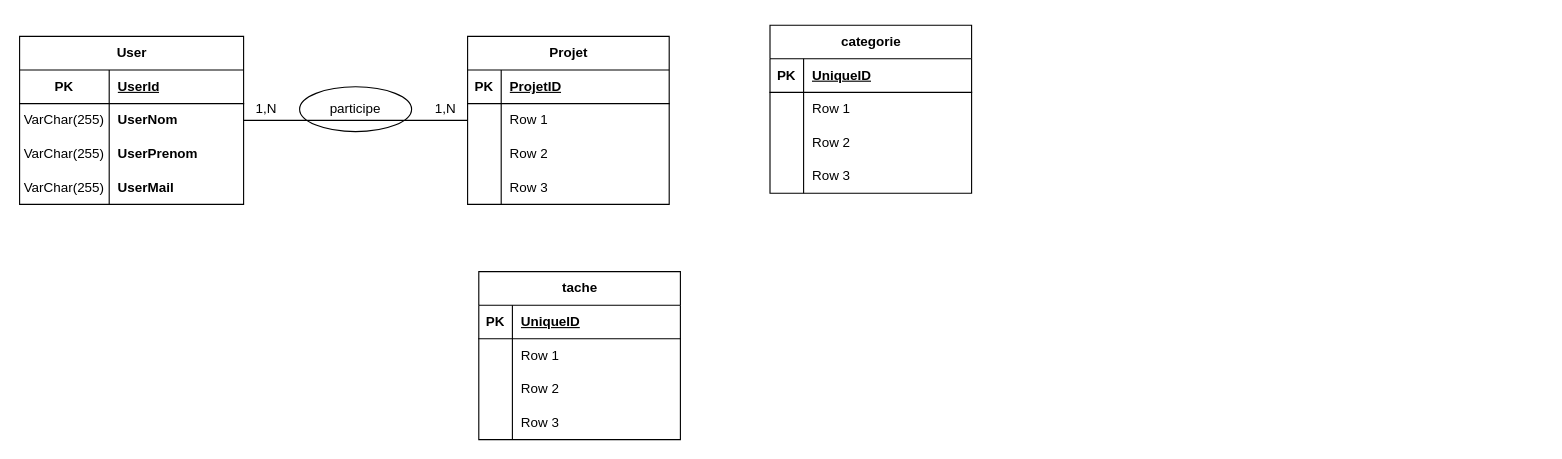
Earlier version of the draw.io diagram page "MCD" (1 of 2) of projets_fin_annee/site/UAA12/UAA12-25.drawio (Solune-Petit/2024-2025). Source tidied: cells renumbered, new cells numbered last; positions are measured from the earlier drawing's top-left corner, leaving out a move shared by most shapes. Both pictures are drawn from the tidied source at 112%, with x=0, y=0 at pixel (19, 25).
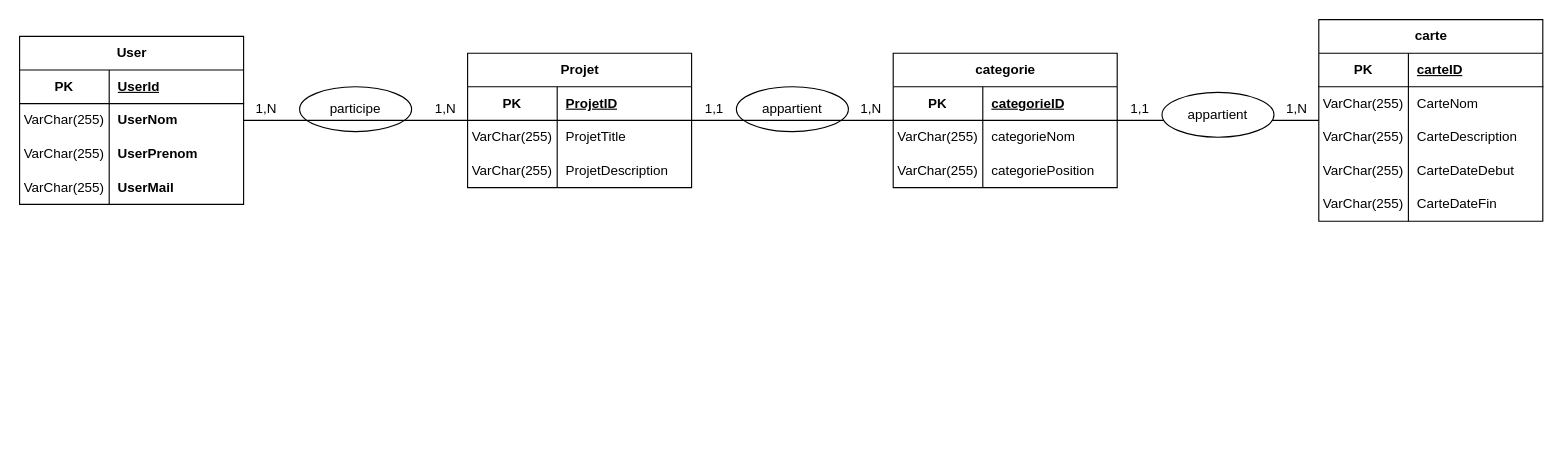
The same page after the edit.

Commit message:
Mettre à jour UAA12-25.drawio

Change to the diagram source:
```diff
@@
     <mxCell id="15" value="Projet" style="shape=table;startSize=30;childLayout=tableLayout;rowLines=0;fontStyle=1;align=center;html=1;" parent="1" vertex="1">
-      <mxGeometry x="400" y="10" width="180" height="150" as="geometry" />
+      <mxGeometry x="400" y="25" width="200" height="120" as="geometry" />
     </mxCell>
     <mxCell id="16" style="shape=tableRow;horizontal=0;startSize=0;swimlaneHead=0;swimlaneBody=0;fillColor=none;top=0;left=0;right=0;bottom=1;" parent="15" vertex="1">
-      <mxGeometry y="30" width="180" height="30" as="geometry" />
+      <mxGeometry y="30" width="200" height="30" as="geometry" />
     </mxCell>
     <mxCell id="17" value="PK" style="shape=partialRectangle;fillColor=none;top=0;left=0;bottom=0;right=0;fontStyle=1;overflow=hidden;whiteSpace=wrap;html=1;" parent="16" vertex="1">
-      <mxGeometry width="30" height="30" as="geometry" />
+      <mxGeometry width="80" height="30" as="geometry" />
     </mxCell>
     <mxCell id="18" value="&lt;span style=&quot;text-align: center; text-wrap-mode: nowrap;&quot;&gt;ProjetID&lt;/span&gt;" style="shape=partialRectangle;fillColor=none;top=0;left=0;bottom=0;right=0;align=left;spacingLeft=6;fontStyle=5;overflow=hidden;whiteSpace=wrap;html=1;" parent="16" vertex="1">
-      <mxGeometry x="30" width="150" height="30" as="geometry" />
+      <mxGeometry x="80" width="120" height="30" as="geometry" />
     </mxCell>
     <mxCell id="19" style="shape=tableRow;horizontal=0;startSize=0;swimlaneHead=0;swimlaneBody=0;fillColor=none;top=0;left=0;right=0;bottom=0;" parent="15" vertex="1">
-      <mxGeometry y="60" width="180" height="30" as="geometry" />
+      <mxGeometry y="60" width="200" height="30" as="geometry" />
     </mxCell>
-    <mxCell id="20" style="shape=partialRectangle;fillColor=none;top=0;left=0;bottom=0;right=0;overflow=hidden;whiteSpace=wrap;html=1;" parent="19" vertex="1">
-      <mxGeometry width="30" height="30" as="geometry" />
+    <mxCell id="20" value="VarChar(255)" style="shape=partialRectangle;fillColor=none;top=0;left=0;bottom=0;right=0;overflow=hidden;whiteSpace=wrap;html=1;" parent="19" vertex="1">
+      <mxGeometry width="80" height="30" as="geometry" />
     </mxCell>
-    <mxCell id="21" value="Row 1" style="shape=partialRectangle;fillColor=none;top=0;left=0;bottom=0;right=0;align=left;spacingLeft=6;overflow=hidden;whiteSpace=wrap;html=1;" parent="19" vertex="1">
-      <mxGeometry x="30" width="150" height="30" as="geometry" />
+    <mxCell id="21" value="ProjetTitle" style="shape=partialRectangle;fillColor=none;top=0;left=0;bottom=0;right=0;align=left;spacingLeft=6;overflow=hidden;whiteSpace=wrap;html=1;" parent="19" vertex="1">
+      <mxGeometry x="80" width="120" height="30" as="geometry" />
     </mxCell>
     <mxCell id="22" style="shape=tableRow;horizontal=0;startSize=0;swimlaneHead=0;swimlaneBody=0;fillColor=none;top=0;left=0;right=0;bottom=0;" parent="15" vertex="1">
-      <mxGeometry y="90" width="180" height="30" as="geometry" />
+      <mxGeometry y="90" width="200" height="30" as="geometry" />
     </mxCell>
-    <mxCell id="23" style="shape=partialRectangle;fillColor=none;top=0;left=0;bottom=0;right=0;overflow=hidden;whiteSpace=wrap;html=1;" parent="22" vertex="1">
-      <mxGeometry width="30" height="30" as="geometry" />
+    <mxCell id="23" value="VarChar(255)" style="shape=partialRectangle;fillColor=none;top=0;left=0;bottom=0;right=0;overflow=hidden;whiteSpace=wrap;html=1;" parent="22" vertex="1">
+      <mxGeometry width="80" height="30" as="geometry" />
     </mxCell>
-    <mxCell id="24" value="Row 2" style="shape=partialRectangle;fillColor=none;top=0;left=0;bottom=0;right=0;align=left;spacingLeft=6;overflow=hidden;whiteSpace=wrap;html=1;" parent="22" vertex="1">
-      <mxGeometry x="30" width="150" height="30" as="geometry" />
+    <mxCell id="24" value="ProjetDescription" style="shape=partialRectangle;fillColor=none;top=0;left=0;bottom=0;right=0;align=left;spacingLeft=6;overflow=hidden;whiteSpace=wrap;html=1;" parent="22" vertex="1">
+      <mxGeometry x="80" width="120" height="30" as="geometry" />
     </mxCell>
-    <mxCell id="25" style="shape=tableRow;horizontal=0;startSize=0;swimlaneHead=0;swimlaneBody=0;fillColor=none;top=0;left=0;right=0;bottom=0;" parent="15" vertex="1">
-      <mxGeometry y="120" width="180" height="30" as="geometry" />
-    </mxCell>
-    <mxCell id="26" style="shape=partialRectangle;fillColor=none;top=0;left=0;bottom=0;right=0;overflow=hidden;whiteSpace=wrap;html=1;" parent="25" vertex="1">
-      <mxGeometry width="30" height="30" as="geometry" />
-    </mxCell>
-    <mxCell id="27" value="Row 3" style="shape=partialRectangle;fillColor=none;top=0;left=0;bottom=0;right=0;align=left;spacingLeft=6;overflow=hidden;whiteSpace=wrap;html=1;" parent="25" vertex="1">
-      <mxGeometry x="30" width="150" height="30" as="geometry" />
-    </mxCell>
     <mxCell id="28" value="categorie" style="shape=table;startSize=30;childLayout=tableLayout;rowLines=0;fontStyle=1;align=center;html=1;" parent="1" vertex="1">
-      <mxGeometry x="670" width="180" height="150" as="geometry" />
+      <mxGeometry x="780" y="25" width="200" height="120" as="geometry" />
     </mxCell>
     <mxCell id="29" style="shape=tableRow;horizontal=0;startSize=0;swimlaneHead=0;swimlaneBody=0;fillColor=none;top=0;left=0;right=0;bottom=1;" parent="28" vertex="1">
-      <mxGeometry y="30" width="180" height="30" as="geometry" />
+      <mxGeometry y="30" width="200" height="30" as="geometry" />
     </mxCell>
     <mxCell id="30" value="PK" style="shape=partialRectangle;fillColor=none;top=0;left=0;bottom=0;right=0;fontStyle=1;overflow=hidden;whiteSpace=wrap;html=1;" parent="29" vertex="1">
-      <mxGeometry width="30" height="30" as="geometry" />
+      <mxGeometry width="80" height="30" as="geometry" />
     </mxCell>
-    <mxCell id="31" value="UniqueID" style="shape=partialRectangle;fillColor=none;top=0;left=0;bottom=0;right=0;align=left;spacingLeft=6;fontStyle=5;overflow=hidden;whiteSpace=wrap;html=1;" parent="29" vertex="1">
-      <mxGeometry x="30" width="150" height="30" as="geometry" />
+    <mxCell id="31" value="categorieID" style="shape=partialRectangle;fillColor=none;top=0;left=0;bottom=0;right=0;align=left;spacingLeft=6;fontStyle=5;overflow=hidden;whiteSpace=wrap;html=1;" parent="29" vertex="1">
+      <mxGeometry x="80" width="120" height="30" as="geometry" />
     </mxCell>
     <mxCell id="32" style="shape=tableRow;horizontal=0;startSize=0;swimlaneHead=0;swimlaneBody=0;fillColor=none;top=0;left=0;right=0;bottom=0;" parent="28" vertex="1">
-      <mxGeometry y="60" width="180" height="30" as="geometry" />
+      <mxGeometry y="60" width="200" height="30" as="geometry" />
     </mxCell>
-    <mxCell id="33" style="shape=partialRectangle;fillColor=none;top=0;left=0;bottom=0;right=0;overflow=hidden;whiteSpace=wrap;html=1;" parent="32" vertex="1">
-      <mxGeometry width="30" height="30" as="geometry" />
+    <mxCell id="33" value="VarChar(255)" style="shape=partialRectangle;fillColor=none;top=0;left=0;bottom=0;right=0;overflow=hidden;whiteSpace=wrap;html=1;" parent="32" vertex="1">
+      <mxGeometry width="80" height="30" as="geometry" />
     </mxCell>
-    <mxCell id="34" value="Row 1" style="shape=partialRectangle;fillColor=none;top=0;left=0;bottom=0;right=0;align=left;spacingLeft=6;overflow=hidden;whiteSpace=wrap;html=1;" parent="32" vertex="1">
-      <mxGeometry x="30" width="150" height="30" as="geometry" />
+    <mxCell id="34" value="categorieNom" style="shape=partialRectangle;fillColor=none;top=0;left=0;bottom=0;right=0;align=left;spacingLeft=6;overflow=hidden;whiteSpace=wrap;html=1;" parent="32" vertex="1">
+      <mxGeometry x="80" width="120" height="30" as="geometry" />
     </mxCell>
     <mxCell id="35" style="shape=tableRow;horizontal=0;startSize=0;swimlaneHead=0;swimlaneBody=0;fillColor=none;top=0;left=0;right=0;bottom=0;" parent="28" vertex="1">
-      <mxGeometry y="90" width="180" height="30" as="geometry" />
+      <mxGeometry y="90" width="200" height="30" as="geometry" />
     </mxCell>
-    <mxCell id="36" style="shape=partialRectangle;fillColor=none;top=0;left=0;bottom=0;right=0;overflow=hidden;whiteSpace=wrap;html=1;" parent="35" vertex="1">
-      <mxGeometry width="30" height="30" as="geometry" />
+    <mxCell id="36" value="VarChar(255)" style="shape=partialRectangle;fillColor=none;top=0;left=0;bottom=0;right=0;overflow=hidden;whiteSpace=wrap;html=1;" parent="35" vertex="1">
+      <mxGeometry width="80" height="30" as="geometry" />
     </mxCell>
-    <mxCell id="37" value="Row 2" style="shape=partialRectangle;fillColor=none;top=0;left=0;bottom=0;right=0;align=left;spacingLeft=6;overflow=hidden;whiteSpace=wrap;html=1;" parent="35" vertex="1">
-      <mxGeometry x="30" width="150" height="30" as="geometry" />
+    <mxCell id="37" value="categoriePosition" style="shape=partialRectangle;fillColor=none;top=0;left=0;bottom=0;right=0;align=left;spacingLeft=6;overflow=hidden;whiteSpace=wrap;html=1;" parent="35" vertex="1">
+      <mxGeometry x="80" width="120" height="30" as="geometry" />
     </mxCell>
-    <mxCell id="38" style="shape=tableRow;horizontal=0;startSize=0;swimlaneHead=0;swimlaneBody=0;fillColor=none;top=0;left=0;right=0;bottom=0;" parent="28" vertex="1">
-      <mxGeometry y="120" width="180" height="30" as="geometry" />
-    </mxCell>
-    <mxCell id="39" style="shape=partialRectangle;fillColor=none;top=0;left=0;bottom=0;right=0;overflow=hidden;whiteSpace=wrap;html=1;" parent="38" vertex="1">
-      <mxGeometry width="30" height="30" as="geometry" />
-    </mxCell>
-    <mxCell id="40" value="Row 3" style="shape=partialRectangle;fillColor=none;top=0;left=0;bottom=0;right=0;align=left;spacingLeft=6;overflow=hidden;whiteSpace=wrap;html=1;" parent="38" vertex="1">
-      <mxGeometry x="30" width="150" height="30" as="geometry" />
-    </mxCell>
-    <mxCell id="41" value="tache" style="shape=table;startSize=30;childLayout=tableLayout;rowLines=0;fontStyle=1;align=center;html=1;" parent="1" vertex="1">
-      <mxGeometry x="410" y="220" width="180" height="150" as="geometry" />
+    <mxCell id="41" value="carte" style="shape=table;startSize=30;childLayout=tableLayout;rowLines=0;fontStyle=1;align=center;html=1;" parent="1" vertex="1">
+      <mxGeometry x="1160" y="-5" width="200" height="180" as="geometry" />
     </mxCell>
     <mxCell id="42" style="shape=tableRow;horizontal=0;startSize=0;swimlaneHead=0;swimlaneBody=0;fillColor=none;top=0;left=0;right=0;bottom=1;" parent="41" vertex="1">
-      <mxGeometry y="30" width="180" height="30" as="geometry" />
+      <mxGeometry y="30" width="200" height="30" as="geometry" />
     </mxCell>
     <mxCell id="43" value="PK" style="shape=partialRectangle;fillColor=none;top=0;left=0;bottom=0;right=0;fontStyle=1;overflow=hidden;whiteSpace=wrap;html=1;" parent="42" vertex="1">
-      <mxGeometry width="30" height="30" as="geometry" />
+      <mxGeometry width="80" height="30" as="geometry" />
     </mxCell>
-    <mxCell id="44" value="UniqueID" style="shape=partialRectangle;fillColor=none;top=0;left=0;bottom=0;right=0;align=left;spacingLeft=6;fontStyle=5;overflow=hidden;whiteSpace=wrap;html=1;" parent="42" vertex="1">
-      <mxGeometry x="30" width="150" height="30" as="geometry" />
+    <mxCell id="44" value="carteID" style="shape=partialRectangle;fillColor=none;top=0;left=0;bottom=0;right=0;align=left;spacingLeft=6;fontStyle=5;overflow=hidden;whiteSpace=wrap;html=1;" parent="42" vertex="1">
+      <mxGeometry x="80" width="120" height="30" as="geometry" />
     </mxCell>
     <mxCell id="45" style="shape=tableRow;horizontal=0;startSize=0;swimlaneHead=0;swimlaneBody=0;fillColor=none;top=0;left=0;right=0;bottom=0;" parent="41" vertex="1">
-      <mxGeometry y="60" width="180" height="30" as="geometry" />
+      <mxGeometry y="60" width="200" height="30" as="geometry" />
     </mxCell>
-    <mxCell id="46" style="shape=partialRectangle;fillColor=none;top=0;left=0;bottom=0;right=0;overflow=hidden;whiteSpace=wrap;html=1;" parent="45" vertex="1">
-      <mxGeometry width="30" height="30" as="geometry" />
+    <mxCell id="46" value="VarChar(255)" style="shape=partialRectangle;fillColor=none;top=0;left=0;bottom=0;right=0;overflow=hidden;whiteSpace=wrap;html=1;" parent="45" vertex="1">
+      <mxGeometry width="80" height="30" as="geometry" />
     </mxCell>
-    <mxCell id="47" value="Row 1" style="shape=partialRectangle;fillColor=none;top=0;left=0;bottom=0;right=0;align=left;spacingLeft=6;overflow=hidden;whiteSpace=wrap;html=1;" parent="45" vertex="1">
-      <mxGeometry x="30" width="150" height="30" as="geometry" />
+    <mxCell id="47" value="CarteNom" style="shape=partialRectangle;fillColor=none;top=0;left=0;bottom=0;right=0;align=left;spacingLeft=6;overflow=hidden;whiteSpace=wrap;html=1;" parent="45" vertex="1">
+      <mxGeometry x="80" width="120" height="30" as="geometry" />
     </mxCell>
     <mxCell id="48" style="shape=tableRow;horizontal=0;startSize=0;swimlaneHead=0;swimlaneBody=0;fillColor=none;top=0;left=0;right=0;bottom=0;" parent="41" vertex="1">
-      <mxGeometry y="90" width="180" height="30" as="geometry" />
+      <mxGeometry y="90" width="200" height="30" as="geometry" />
     </mxCell>
-    <mxCell id="49" style="shape=partialRectangle;fillColor=none;top=0;left=0;bottom=0;right=0;overflow=hidden;whiteSpace=wrap;html=1;" parent="48" vertex="1">
-      <mxGeometry width="30" height="30" as="geometry" />
+    <mxCell id="49" value="VarChar(255)" style="shape=partialRectangle;fillColor=none;top=0;left=0;bottom=0;right=0;overflow=hidden;whiteSpace=wrap;html=1;" parent="48" vertex="1">
+      <mxGeometry width="80" height="30" as="geometry" />
     </mxCell>
-    <mxCell id="50" value="Row 2" style="shape=partialRectangle;fillColor=none;top=0;left=0;bottom=0;right=0;align=left;spacingLeft=6;overflow=hidden;whiteSpace=wrap;html=1;" parent="48" vertex="1">
-      <mxGeometry x="30" width="150" height="30" as="geometry" />
+    <mxCell id="50" value="CarteDescription" style="shape=partialRectangle;fillColor=none;top=0;left=0;bottom=0;right=0;align=left;spacingLeft=6;overflow=hidden;whiteSpace=wrap;html=1;" parent="48" vertex="1">
+      <mxGeometry x="80" width="120" height="30" as="geometry" />
     </mxCell>
     <mxCell id="51" style="shape=tableRow;horizontal=0;startSize=0;swimlaneHead=0;swimlaneBody=0;fillColor=none;top=0;left=0;right=0;bottom=0;" parent="41" vertex="1">
-      <mxGeometry y="120" width="180" height="30" as="geometry" />
+      <mxGeometry y="120" width="200" height="30" as="geometry" />
     </mxCell>
-    <mxCell id="52" style="shape=partialRectangle;fillColor=none;top=0;left=0;bottom=0;right=0;overflow=hidden;whiteSpace=wrap;html=1;" parent="51" vertex="1">
-      <mxGeometry width="30" height="30" as="geometry" />
+    <mxCell id="52" value="VarChar(255)" style="shape=partialRectangle;fillColor=none;top=0;left=0;bottom=0;right=0;overflow=hidden;whiteSpace=wrap;html=1;" parent="51" vertex="1">
+      <mxGeometry width="80" height="30" as="geometry" />
     </mxCell>
-    <mxCell id="53" value="Row 3" style="shape=partialRectangle;fillColor=none;top=0;left=0;bottom=0;right=0;align=left;spacingLeft=6;overflow=hidden;whiteSpace=wrap;html=1;" parent="51" vertex="1">
-      <mxGeometry x="30" width="150" height="30" as="geometry" />
+    <mxCell id="53" value="CarteDateDebut" style="shape=partialRectangle;fillColor=none;top=0;left=0;bottom=0;right=0;align=left;spacingLeft=6;overflow=hidden;whiteSpace=wrap;html=1;" parent="51" vertex="1">
+      <mxGeometry x="80" width="120" height="30" as="geometry" />
     </mxCell>
+    <mxCell id="58" style="shape=tableRow;horizontal=0;startSize=0;swimlaneHead=0;swimlaneBody=0;fillColor=none;top=0;left=0;right=0;bottom=0;" parent="41" vertex="1">
+      <mxGeometry y="150" width="200" height="30" as="geometry" />
+    </mxCell>
+    <mxCell id="59" value="VarChar(255)" style="shape=partialRectangle;fillColor=none;top=0;left=0;bottom=0;right=0;overflow=hidden;whiteSpace=wrap;html=1;" parent="58" vertex="1">
+      <mxGeometry width="80" height="30" as="geometry" />
+    </mxCell>
+    <mxCell id="60" value="CarteDateFin" style="shape=partialRectangle;fillColor=none;top=0;left=0;bottom=0;right=0;align=left;spacingLeft=6;overflow=hidden;whiteSpace=wrap;html=1;" parent="58" vertex="1">
+      <mxGeometry x="80" width="120" height="30" as="geometry" />
+    </mxCell>
@@
+    <mxCell id="61" value="appartient" style="ellipse;whiteSpace=wrap;html=1;align=center;" parent="1" vertex="1">
+      <mxGeometry x="640" y="55" width="100" height="40" as="geometry" />
+    </mxCell>
+    <mxCell id="62" style="endArrow=none;html=1;rounded=0;" parent="1" edge="1" source="15" target="28">
+      <mxGeometry relative="1" as="geometry" />
+    </mxCell>
+    <mxCell id="63" value="1,N" style="text;html=1;align=center;verticalAlign=middle;strokeColor=none;fillColor=none;" parent="1" vertex="1">
+      <mxGeometry x="740" y="60" width="40" height="30" as="geometry" />
+    </mxCell>
+    <mxCell id="64" value="1,1" style="text;html=1;align=center;verticalAlign=middle;strokeColor=none;fillColor=none;" parent="1" vertex="1">
+      <mxGeometry x="600" y="60" width="40" height="30" as="geometry" />
+    </mxCell>
+    <mxCell id="65" style="endArrow=none;html=1;rounded=0;" parent="1" edge="1" source="28" target="41">
+      <mxGeometry relative="1" as="geometry" />
+    </mxCell>
+    <mxCell id="66" value="appartient" style="ellipse;whiteSpace=wrap;html=1;align=center;" parent="1" vertex="1">
+      <mxGeometry x="1020" y="60" width="100" height="40" as="geometry" />
+    </mxCell>
+    <mxCell id="67" value="1,1" style="text;html=1;align=center;verticalAlign=middle;strokeColor=none;fillColor=none;" parent="1" vertex="1">
+      <mxGeometry x="980" y="60" width="40" height="30" as="geometry" />
+    </mxCell>
+    <mxCell id="68" value="1,N" style="text;html=1;align=center;verticalAlign=middle;strokeColor=none;fillColor=none;" parent="1" vertex="1">
+      <mxGeometry x="1120" y="60" width="40" height="30" as="geometry" />
+    </mxCell>
```
